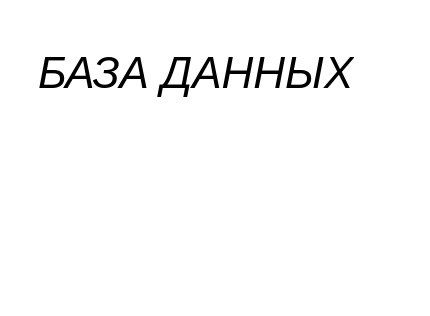
Before: page "таски" (3 of 4) of мебкух.drawio in User-cyber-new/mebkuch, a draw.io diagram. Source tidied: cells renumbered, new cells numbered last; positions are measured from the earlier drawing's top-left corner, leaving out a move shared by most shapes. Both pictures are drawn from the tidied source at 200%, with x=0, y=0 at pixel (34, 34).
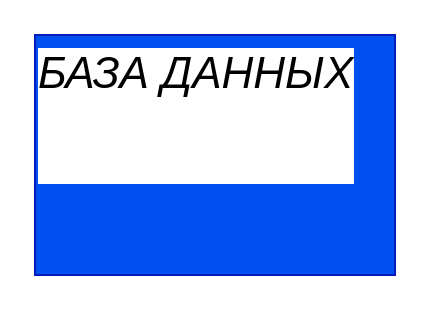
The same page after the edit.

What changed in the source:
```diff
@@
 <mxGraphModel>
   <root>
     <mxCell id="0" />
     <mxCell id="1" parent="0" />
-    <mxCell id="2" value="&lt;h1 style=&quot;margin-top: 0px;&quot;&gt;&lt;span style=&quot;color: light-dark(rgb(0, 0, 0), rgb(255, 255, 255)); font-weight: normal;&quot;&gt;&lt;i style=&quot;&quot;&gt;БАЗА ДАННЫХ&lt;br&gt;&lt;/i&gt;&lt;/span&gt;&lt;br&gt;&lt;/h1&gt;" style="text;html=1;whiteSpace=wrap;overflow=hidden;rounded=0;fontFamily=Helvetica;fontSize=11;fontColor=default;labelBackgroundColor=default;" parent="1" vertex="1">
+    <mxCell id="2" value="&lt;h1 style=&quot;margin-top: 0px;&quot;&gt;&lt;span style=&quot;color: light-dark(rgb(0, 0, 0), rgb(255, 255, 255)); font-weight: normal;&quot;&gt;&lt;i style=&quot;&quot;&gt;БАЗА ДАННЫХ&lt;br&gt;&lt;/i&gt;&lt;/span&gt;&lt;br&gt;&lt;/h1&gt;" style="text;html=1;whiteSpace=wrap;overflow=hidden;rounded=0;fontFamily=Helvetica;fontSize=11;fontColor=#ffffff;labelBackgroundColor=default;fillColor=#0050ef;strokeColor=#001DBC;" parent="1" vertex="1">
       <mxGeometry width="180" height="120" as="geometry" />
     </mxCell>
   </root>
 </mxGraphModel>
```
